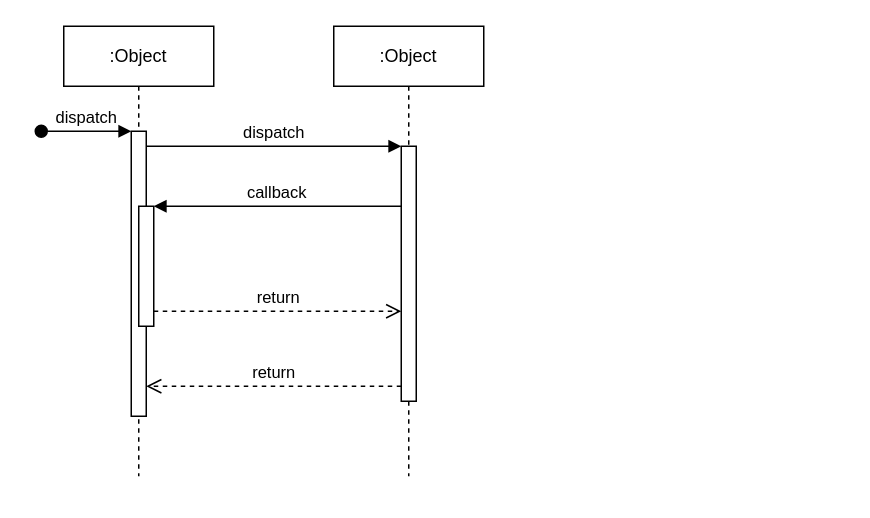
This is Registration-Sequence-Diagram.drawio from uvic-teach/project-m1-team8, a draw.io file, before an edit. Source tidied: cells renumbered, new cells numbered last; positions are measured from the earlier drawing's top-left corner, leaving out a move shared by most shapes. Both pictures are drawn from the tidied source at 150%, with x=0, y=0 at pixel (40, 26).
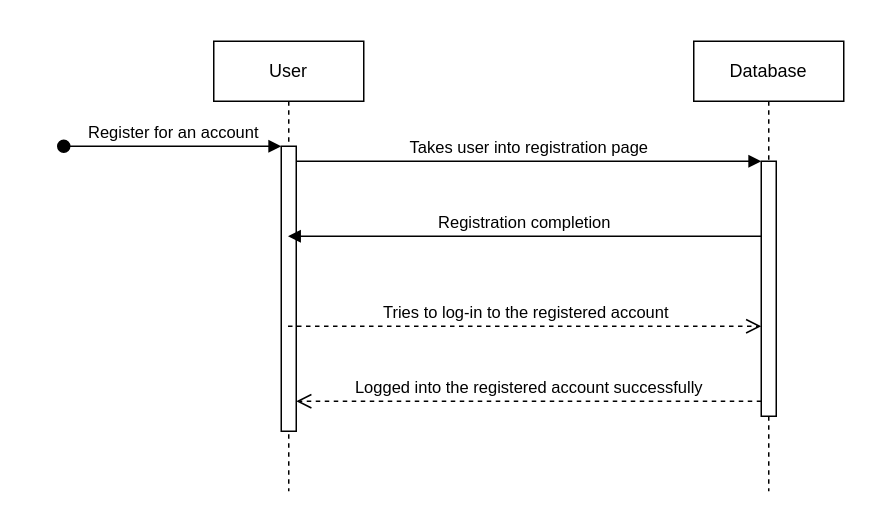
Above is the later version.

Change to the diagram source:
```diff
@@
 <mxGraphModel>
   <root>
     <mxCell id="0" />
     <mxCell id="1" parent="0" />
-    <mxCell id="2" value=":Object" style="shape=umlLifeline;perimeter=lifelinePerimeter;whiteSpace=wrap;html=1;outlineConnect=0;portConstraint=eastwest;newEdgeStyle={&quot;edgeStyle&quot;:&quot;elbowEdgeStyle&quot;,&quot;elbow&quot;:&quot;vertical&quot;,&quot;curved&quot;:0,&quot;rounded&quot;:0};" parent="1" vertex="1">
-      <mxGeometry x="15" width="100" height="300" as="geometry" />
+    <mxCell id="2" value="User" style="shape=umlLifeline;perimeter=lifelinePerimeter;whiteSpace=wrap;html=1;outlineConnect=0;portConstraint=eastwest;newEdgeStyle={&quot;edgeStyle&quot;:&quot;elbowEdgeStyle&quot;,&quot;elbow&quot;:&quot;vertical&quot;,&quot;curved&quot;:0,&quot;rounded&quot;:0};" parent="1" vertex="1">
+      <mxGeometry x="115" y="10" width="100" height="300" as="geometry" />
     </mxCell>
     <mxCell id="3" style="html=1;points=[];perimeter=orthogonalPerimeter;outlineConnect=0;targetShapes=umlLifeline;portConstraint=eastwest;newEdgeStyle={&quot;edgeStyle&quot;:&quot;elbowEdgeStyle&quot;,&quot;elbow&quot;:&quot;vertical&quot;,&quot;curved&quot;:0,&quot;rounded&quot;:0};" parent="2" vertex="1">
       <mxGeometry x="45" y="70" width="10" height="190" as="geometry" />
     </mxCell>
-    <mxCell id="4" value="dispatch" style="html=1;verticalAlign=bottom;startArrow=oval;endArrow=block;startSize=8;edgeStyle=elbowEdgeStyle;elbow=vertical;curved=0;rounded=0;" parent="2" edge="1" target="3">
+    <mxCell id="4" value="Register for an account" style="html=1;verticalAlign=bottom;startArrow=oval;endArrow=block;startSize=8;edgeStyle=elbowEdgeStyle;elbow=vertical;curved=0;rounded=0;" parent="2" edge="1" target="3">
       <mxGeometry relative="1" as="geometry">
-        <mxPoint x="-15" y="70" as="sourcePoint" />
+        <mxPoint x="-100" y="70" as="sourcePoint" />
       </mxGeometry>
     </mxCell>
-    <mxCell id="5" style="html=1;points=[];perimeter=orthogonalPerimeter;outlineConnect=0;targetShapes=umlLifeline;portConstraint=eastwest;newEdgeStyle={&quot;edgeStyle&quot;:&quot;elbowEdgeStyle&quot;,&quot;elbow&quot;:&quot;vertical&quot;,&quot;curved&quot;:0,&quot;rounded&quot;:0};" parent="2" vertex="1">
-      <mxGeometry x="50" y="120" width="10" height="80" as="geometry" />
-    </mxCell>
-    <mxCell id="6" value=":Object" style="shape=umlLifeline;perimeter=lifelinePerimeter;whiteSpace=wrap;html=1;newEdgeStyle={&quot;edgeStyle&quot;:&quot;elbowEdgeStyle&quot;,&quot;elbow&quot;:&quot;vertical&quot;,&quot;curved&quot;:0,&quot;rounded&quot;:0};" parent="1" vertex="1">
-      <mxGeometry x="195" width="100" height="300" as="geometry" />
+    <mxCell id="6" value="Database" style="shape=umlLifeline;perimeter=lifelinePerimeter;whiteSpace=wrap;html=1;newEdgeStyle={&quot;edgeStyle&quot;:&quot;elbowEdgeStyle&quot;,&quot;elbow&quot;:&quot;vertical&quot;,&quot;curved&quot;:0,&quot;rounded&quot;:0};" parent="1" vertex="1">
+      <mxGeometry x="435" y="10" width="100" height="300" as="geometry" />
     </mxCell>
     <mxCell id="7" style="html=1;points=[];perimeter=orthogonalPerimeter;outlineConnect=0;targetShapes=umlLifeline;portConstraint=eastwest;newEdgeStyle={&quot;edgeStyle&quot;:&quot;elbowEdgeStyle&quot;,&quot;elbow&quot;:&quot;vertical&quot;,&quot;curved&quot;:0,&quot;rounded&quot;:0};" parent="6" vertex="1">
       <mxGeometry x="45" y="80" width="10" height="170" as="geometry" />
     </mxCell>
-    <mxCell id="8" value="dispatch" style="html=1;verticalAlign=bottom;endArrow=block;edgeStyle=elbowEdgeStyle;elbow=vertical;curved=0;rounded=0;" parent="1" edge="1" source="3" target="7">
+    <mxCell id="8" value="Takes user into registration page" style="html=1;verticalAlign=bottom;endArrow=block;edgeStyle=elbowEdgeStyle;elbow=vertical;curved=0;rounded=0;" parent="1" edge="1" source="3" target="7">
       <mxGeometry relative="1" as="geometry">
         <Array as="points">
-          <mxPoint x="155" y="80" />
+          <mxPoint x="275" y="90" />
         </Array>
       </mxGeometry>
     </mxCell>
-    <mxCell id="9" value="return" style="html=1;verticalAlign=bottom;endArrow=open;dashed=1;endSize=8;edgeStyle=elbowEdgeStyle;elbow=vertical;curved=0;rounded=0;" parent="1" edge="1" source="7" target="3">
+    <mxCell id="9" value="Logged into the registered account successfully" style="html=1;verticalAlign=bottom;endArrow=open;dashed=1;endSize=8;edgeStyle=elbowEdgeStyle;elbow=vertical;curved=0;rounded=0;" parent="1" edge="1" source="7" target="3">
       <mxGeometry relative="1" as="geometry">
         <Array as="points">
-          <mxPoint x="165" y="240" />
+          <mxPoint x="285" y="250" />
         </Array>
       </mxGeometry>
     </mxCell>
-    <mxCell id="10" value="callback" style="html=1;verticalAlign=bottom;endArrow=block;edgeStyle=elbowEdgeStyle;elbow=vertical;curved=0;rounded=0;" parent="1" edge="1" source="7" target="5">
+    <mxCell id="10" value="Registration completion" style="html=1;verticalAlign=bottom;endArrow=block;edgeStyle=elbowEdgeStyle;elbow=vertical;curved=0;rounded=0;" parent="1" edge="1" source="7" target="2">
       <mxGeometry relative="1" as="geometry">
         <Array as="points">
-          <mxPoint x="165" y="120" />
+          <mxPoint x="265" y="140" />
         </Array>
       </mxGeometry>
     </mxCell>
-    <mxCell id="11" value="return" style="html=1;verticalAlign=bottom;endArrow=open;dashed=1;endSize=8;edgeStyle=elbowEdgeStyle;elbow=vertical;curved=0;rounded=0;" parent="1" edge="1" source="5" target="7">
+    <mxCell id="11" value="Tries to log-in to the registered account" style="html=1;verticalAlign=bottom;endArrow=open;dashed=1;endSize=8;edgeStyle=elbowEdgeStyle;elbow=vertical;curved=0;rounded=0;" parent="1" edge="1" source="2" target="7">
       <mxGeometry relative="1" as="geometry">
         <Array as="points">
-          <mxPoint x="155" y="190" />
+          <mxPoint x="275" y="200" />
         </Array>
       </mxGeometry>
     </mxCell>
   </root>
 </mxGraphModel>
```
